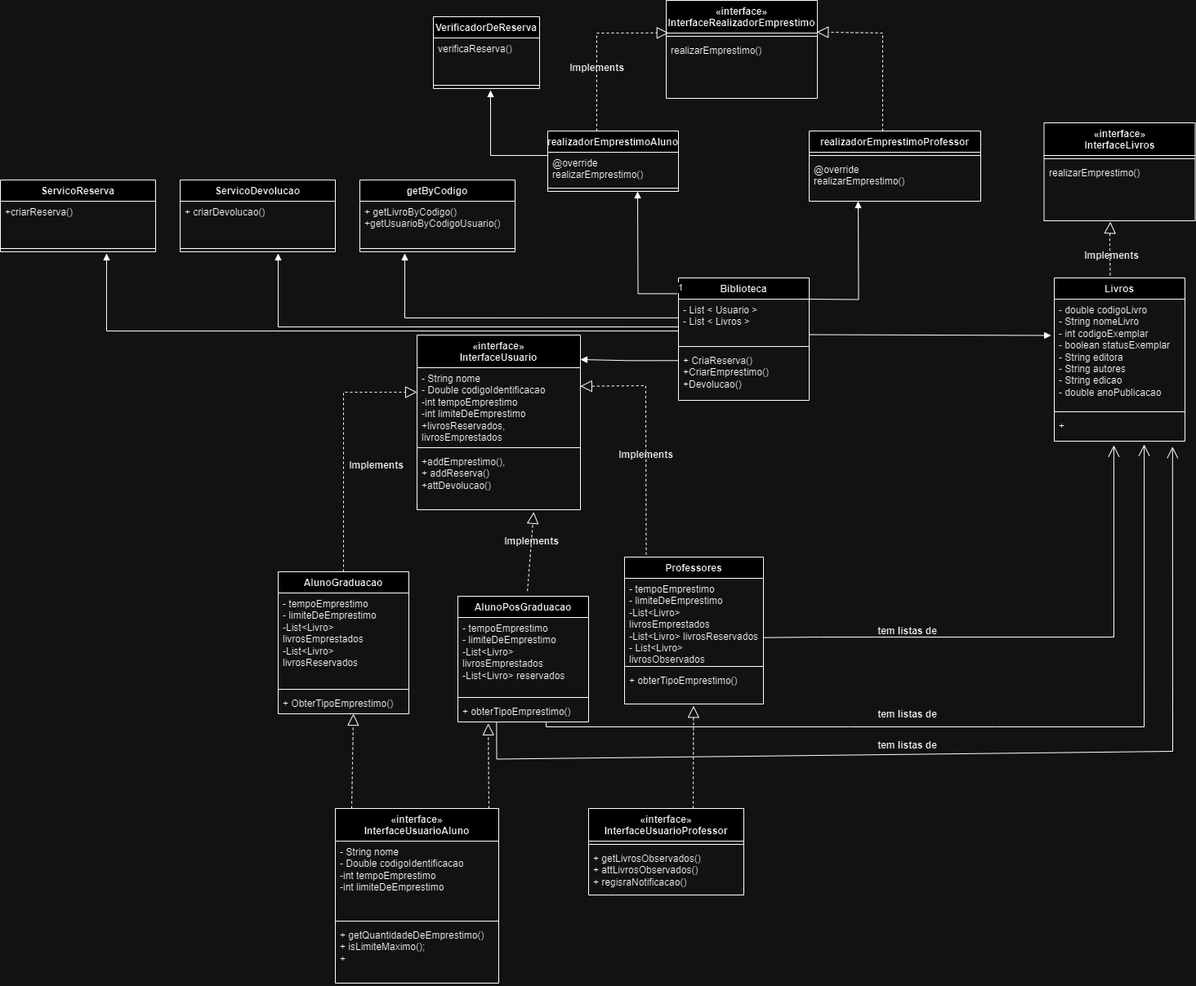
The draw.io diagram ClassesProjeto/DiagramaClassesTemporario.png in JoseRaimundo27/Trabalho-Final-EngSofware, before a commit. Source tidied: cells renumbered, new cells last; positions are measured from the earlier drawing's top-left corner, leaving out a move shared by most shapes.
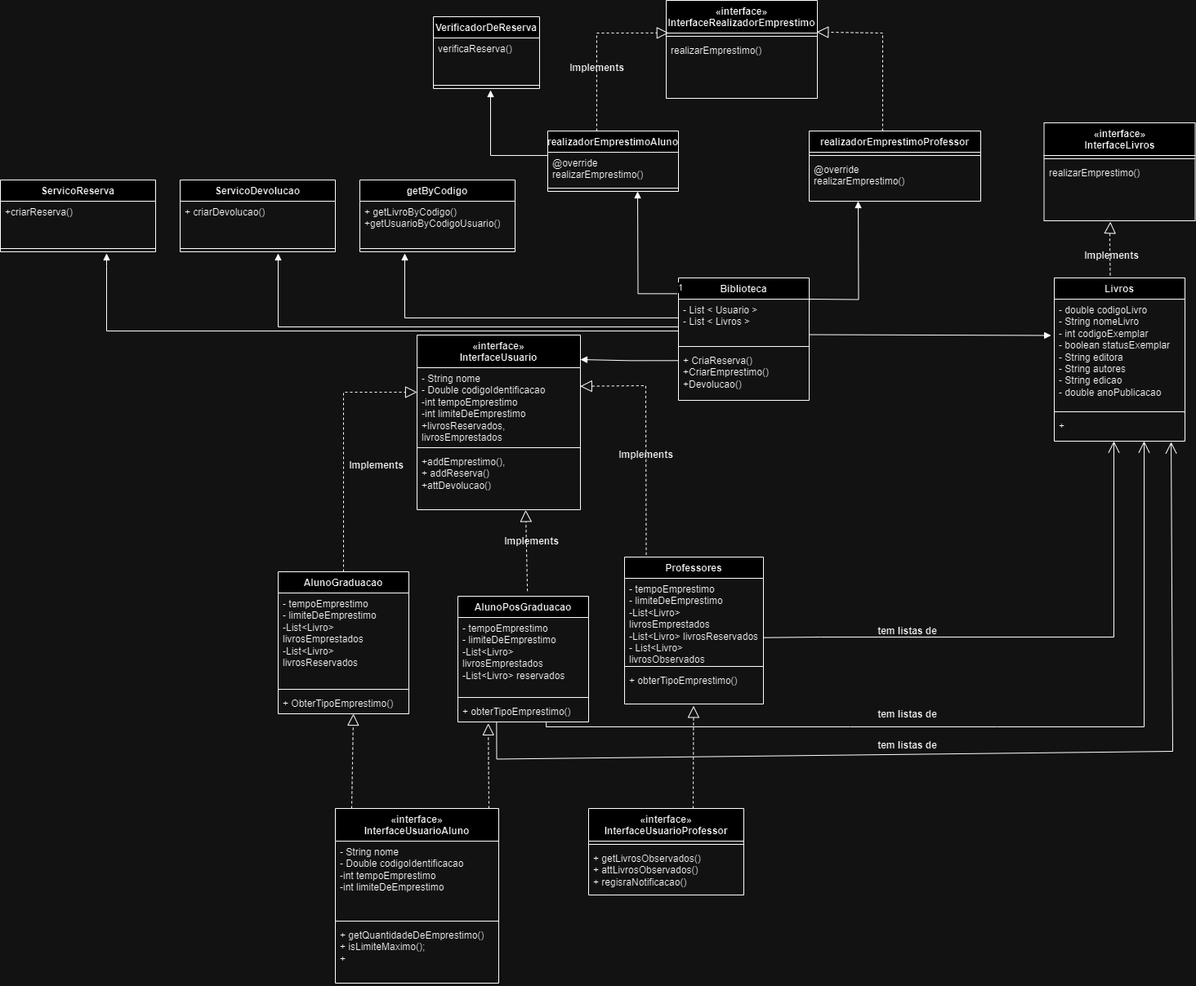
After the commit.

Change to the diagram source:
```diff
@@ -2,8 +2,9 @@
   <root>
     <mxCell id="0" />
     <mxCell id="1" parent="0" />
-    <mxCell id="2" style="endArrow=open;endFill=1;endSize=12;html=1;rounded=0;exitX=0.676;exitY=1.03;exitDx=0;exitDy=0;exitPerimeter=0;entryX=0.688;entryY=1.125;entryDx=0;entryDy=0;entryPerimeter=0;" parent="1" edge="1" source="16" target="28">
+    <mxCell id="2" style="endArrow=open;endFill=1;endSize=12;html=1;rounded=0;exitX=0.676;exitY=1.03;exitDx=0;exitDy=0;exitPerimeter=0;" parent="1" edge="1" source="16">
       <mxGeometry relative="1" as="geometry">
+        <mxPoint x="1400" y="540" as="targetPoint" />
         <Array as="points">
           <mxPoint x="668" y="890" />
           <mxPoint x="1040" y="890" />
@@ -12,7 +13,7 @@
         </Array>
       </mxGeometry>
     </mxCell>
-    <mxCell id="3" style="endArrow=open;endFill=1;endSize=12;html=1;rounded=0;exitX=0.296;exitY=1.003;exitDx=0;exitDy=0;exitPerimeter=0;entryX=0.905;entryY=1.21;entryDx=0;entryDy=0;entryPerimeter=0;" parent="1" edge="1" source="16" target="28">
+    <mxCell id="3" style="endArrow=open;endFill=1;endSize=12;html=1;rounded=0;exitX=0.296;exitY=1.003;exitDx=0;exitDy=0;exitPerimeter=0;entryX=0.894;entryY=1.031;entryDx=0;entryDy=0;entryPerimeter=0;" parent="1" edge="1" source="16" target="28">
       <mxGeometry relative="1" as="geometry">
         <Array as="points">
           <mxPoint x="607.5" y="929.5" />
@@ -144,7 +145,7 @@
         </Array>
       </mxGeometry>
     </mxCell>
-    <mxCell id="42" style="endArrow=block;dashed=1;endFill=0;endSize=12;html=1;rounded=0;exitX=0.532;exitY=-0.041;exitDx=0;exitDy=0;exitPerimeter=0;entryX=0.714;entryY=1.038;entryDx=0;entryDy=0;entryPerimeter=0;" parent="1" edge="1" source="13" target="7">
+    <mxCell id="42" style="endArrow=block;dashed=1;endFill=0;endSize=12;html=1;rounded=0;exitX=0.532;exitY=-0.041;exitDx=0;exitDy=0;exitPerimeter=0;entryX=0.665;entryY=1.005;entryDx=0;entryDy=0;entryPerimeter=0;" parent="1" edge="1" source="13" target="7">
       <mxGeometry relative="1" as="geometry" />
     </mxCell>
     <mxCell id="43" value="Implements" style="text;align=center;fontStyle=1;verticalAlign=middle;spacingLeft=3;spacingRight=3;strokeColor=none;html=1;" parent="1" vertex="1">
@@ -191,8 +192,9 @@
         </Array>
       </mxGeometry>
     </mxCell>
-    <mxCell id="53" style="endArrow=open;endFill=1;endSize=12;html=1;rounded=0;entryX=0.456;entryY=1.156;entryDx=0;entryDy=0;entryPerimeter=0;exitX=1;exitY=0.699;exitDx=0;exitDy=0;exitPerimeter=0;" parent="1" edge="1" source="18" target="28">
+    <mxCell id="53" style="endArrow=open;endFill=1;endSize=12;html=1;rounded=0;exitX=1;exitY=0.699;exitDx=0;exitDy=0;exitPerimeter=0;" parent="1" edge="1" source="18">
       <mxGeometry relative="1" as="geometry">
+        <mxPoint x="1363" y="540" as="targetPoint" />
         <Array as="points">
           <mxPoint x="1004" y="780" />
           <mxPoint x="1363" y="780" />
```
